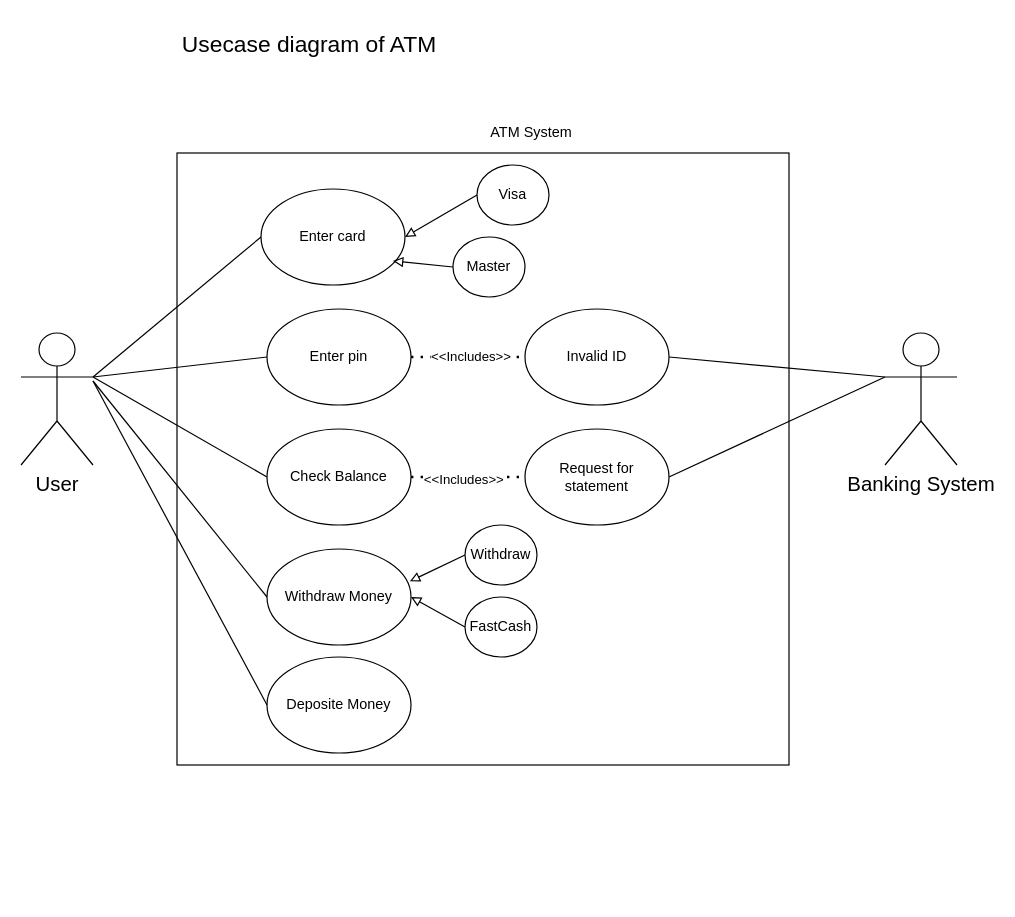
The draw.io diagram 6th SEM/SE/DFD.drawio in Reeves9/Class-Notes, before the edit. Source tidied: cells renumbered, new cells numbered last; positions are measured from the earlier drawing's top-left corner, leaving out a move shared by most shapes. Both pictures are drawn from the tidied source at 120%, with x=0, y=0 at pixel (20, 20).
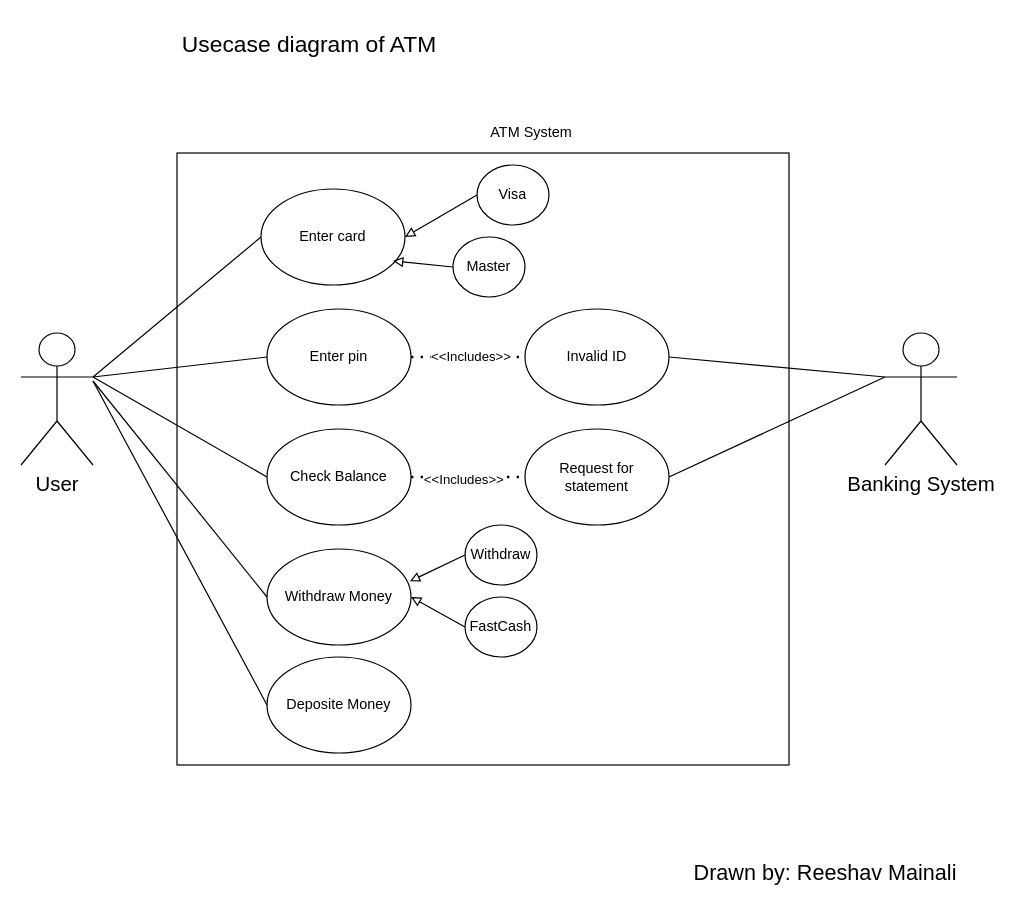
After the change.

Diff of the diagram source:
```diff
@@
+    <mxCell id="33" value="&lt;font style=&quot;font-size: 18px;&quot;&gt;Drawn by: Reeshav Mainali&lt;/font&gt;" style="text;html=1;align=center;verticalAlign=middle;strokeColor=none;fillColor=none;" parent="1" vertex="1">
+      <mxGeometry x="550" y="690" width="240" height="40" as="geometry" />
+    </mxCell>
```
